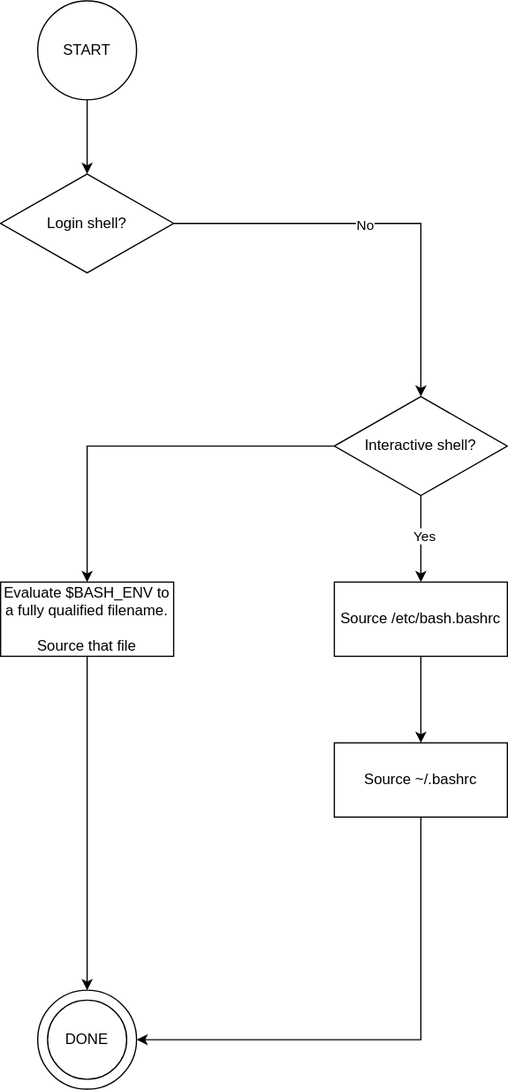
Earlier version of the draw.io export diagram/bash startup file loading.drawio.svg (blitterated/bash_startup_file_loading). Source tidied: cells renumbered, new cells last; positions are measured from the earlier drawing's top-left corner, leaving out a move shared by most shapes.
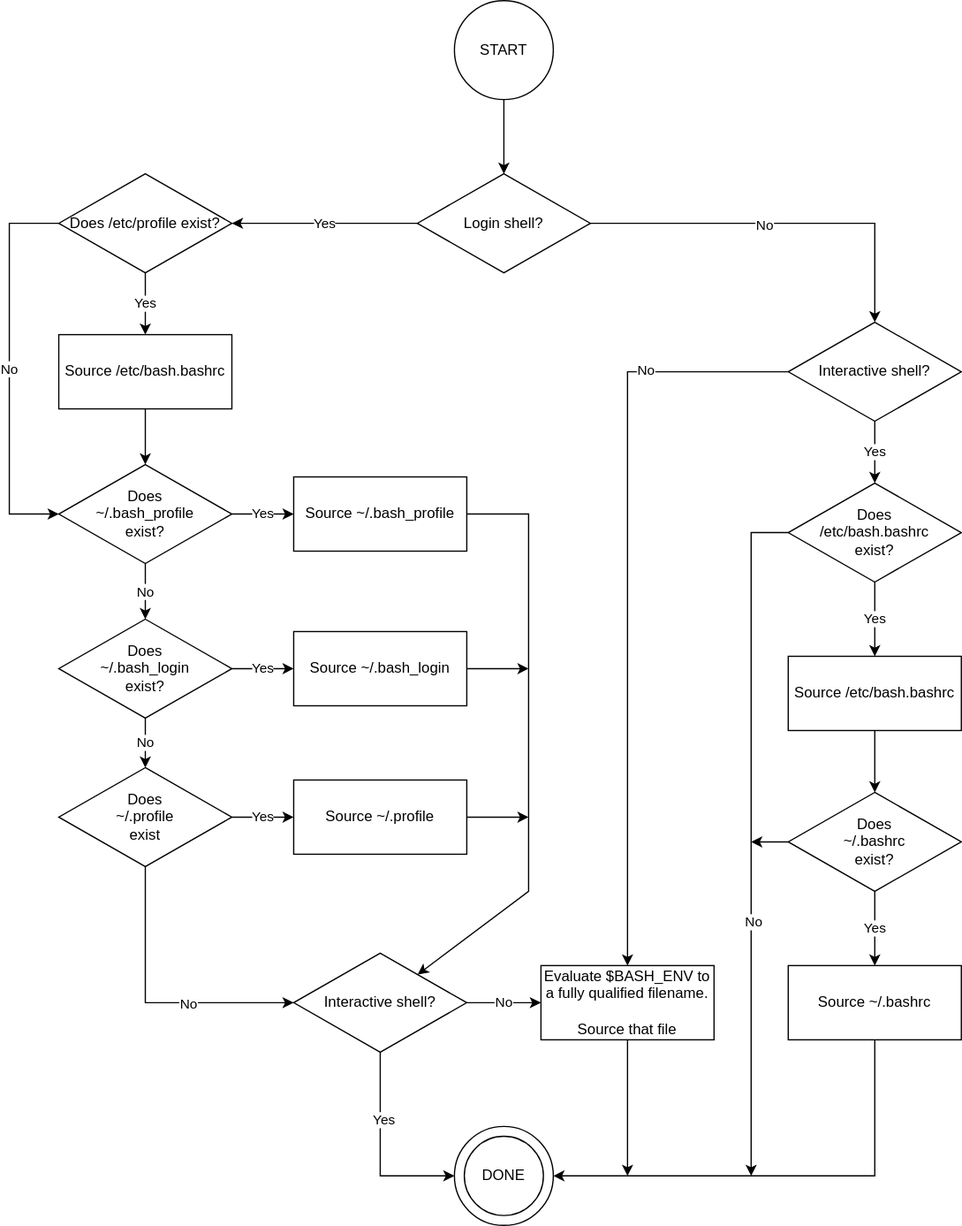
The same diagram one commit later.

Commit message:
Added login shell

Change to the diagram source:
```diff
@@ -3,7 +3,7 @@
     <mxCell id="0" />
     <mxCell id="1" parent="0" />
     <mxCell id="2" value="START" style="ellipse;whiteSpace=wrap;html=1;" parent="1" vertex="1">
-      <mxGeometry x="30" width="80" height="80" as="geometry" />
+      <mxGeometry x="70" y="-25" width="80" height="80" as="geometry" />
     </mxCell>
     <mxCell id="3" style="edgeStyle=orthogonalEdgeStyle;rounded=0;jettySize=auto;html=1;exitX=1;exitY=0.5;exitDx=0;exitDy=0;" parent="1" edge="1" source="5" target="10">
       <mxGeometry relative="1" as="geometry" />
@@ -11,38 +11,41 @@
     <mxCell id="4" value="No" style="edgeLabel;html=1;align=center;verticalAlign=middle;" parent="3" vertex="1">
       <mxGeometry x="-0.09" y="-1" relative="1" as="geometry" />
     </mxCell>
+    <mxCell id="20" value="Yes" style="edgeStyle=orthogonalEdgeStyle;rounded=0;jettySize=auto;html=1;exitX=0;exitY=0.5;exitDx=0;exitDy=0;entryX=1;entryY=0.5;entryDx=0;entryDy=0;" parent="1" edge="1" source="5" target="27">
+      <mxGeometry relative="1" as="geometry" />
+    </mxCell>
     <mxCell id="5" value="Login shell?" style="rhombus;whiteSpace=wrap;html=1;" parent="1" vertex="1">
-      <mxGeometry y="140" width="140" height="80" as="geometry" />
+      <mxGeometry x="40" y="115" width="140" height="80" as="geometry" />
     </mxCell>
     <mxCell id="6" style="endArrow=classic;html=1;rounded=0;exitX=0.5;exitY=1;exitDx=0;exitDy=0;entryX=0.5;entryY=0;entryDx=0;entryDy=0;" parent="1" edge="1" source="2" target="5">
       <mxGeometry relative="1" as="geometry" />
     </mxCell>
-    <mxCell id="7" style="edgeStyle=orthogonalEdgeStyle;rounded=0;jettySize=auto;html=1;exitX=0.5;exitY=1;exitDx=0;exitDy=0;entryX=0.5;entryY=0;entryDx=0;entryDy=0;" parent="1" edge="1" source="10" target="12">
-      <mxGeometry relative="1" as="geometry" />
-    </mxCell>
-    <mxCell id="8" value="Yes" style="edgeLabel;html=1;align=center;verticalAlign=middle;" parent="7" vertex="1">
-      <mxGeometry x="-0.09" y="2" relative="1" as="geometry" />
-    </mxCell>
     <mxCell id="9" style="edgeStyle=orthogonalEdgeStyle;rounded=0;jettySize=auto;html=1;exitX=0;exitY=0.5;exitDx=0;exitDy=0;entryX=0.5;entryY=0;entryDx=0;entryDy=0;" parent="1" edge="1" source="10" target="19">
       <mxGeometry relative="1" as="geometry" />
     </mxCell>
+    <mxCell id="21" value="No" style="edgeLabel;html=1;align=center;verticalAlign=middle;" parent="9" vertex="1">
+      <mxGeometry x="-0.62" y="-2" relative="1" as="geometry" />
+    </mxCell>
+    <mxCell id="22" value="Yes" style="edgeStyle=elbowEdgeStyle;rounded=0;jettySize=auto;html=1;exitX=0.5;exitY=1;exitDx=0;exitDy=0;entryX=0.5;entryY=0;entryDx=0;entryDy=0;elbow=vertical;" parent="1" edge="1" source="10" target="52">
+      <mxGeometry relative="1" as="geometry" />
+    </mxCell>
     <mxCell id="10" value="Interactive shell?" style="rhombus;whiteSpace=wrap;html=1;" parent="1" vertex="1">
-      <mxGeometry x="270" y="320" width="140" height="80" as="geometry" />
+      <mxGeometry x="340" y="235" width="140" height="80" as="geometry" />
     </mxCell>
-    <mxCell id="11" style="edgeStyle=orthogonalEdgeStyle;rounded=0;jettySize=auto;html=1;exitX=0.5;exitY=1;exitDx=0;exitDy=0;" parent="1" edge="1" source="12" target="14">
-      <mxGeometry relative="1" as="geometry" />
-    </mxCell>
+    <mxCell id="23" style="edgeStyle=elbowEdgeStyle;rounded=0;jettySize=auto;html=1;exitX=0.5;exitY=1;exitDx=0;exitDy=0;entryX=0.5;entryY=0;entryDx=0;entryDy=0;" parent="1" edge="1" source="12" target="55">
+      <mxGeometry relative="1" as="geometry" />
+    </mxCell>
     <mxCell id="12" value="Source /etc/bash.bashrc" style="rounded=0;whiteSpace=wrap;html=1;" parent="1" vertex="1">
-      <mxGeometry x="270" y="470" width="140" height="60" as="geometry" />
+      <mxGeometry x="340" y="505" width="140" height="60" as="geometry" />
     </mxCell>
     <mxCell id="13" style="edgeStyle=orthogonalEdgeStyle;rounded=0;jettySize=auto;html=1;exitX=0.5;exitY=1;exitDx=0;exitDy=0;entryX=1;entryY=0.5;entryDx=0;entryDy=0;" parent="1" edge="1" source="14" target="16">
       <mxGeometry relative="1" as="geometry" />
     </mxCell>
     <mxCell id="14" value="Source ~/.bashrc" style="rounded=0;whiteSpace=wrap;html=1;" parent="1" vertex="1">
-      <mxGeometry x="270" y="600" width="140" height="60" as="geometry" />
+      <mxGeometry x="340" y="755" width="140" height="60" as="geometry" />
     </mxCell>
     <mxCell id="15" style="group;" parent="1" vertex="1">
-      <mxGeometry x="30" y="800" width="80" height="80" as="geometry" />
+      <mxGeometry x="70" y="885" width="80" height="80" as="geometry" />
     </mxCell>
     <mxCell id="16" style="ellipse;whiteSpace=wrap;html=1;" parent="15" vertex="1">
       <mxGeometry width="80" height="80" as="geometry" />
@@ -50,11 +53,138 @@
     <mxCell id="17" value="DONE" style="ellipse;whiteSpace=wrap;html=1;" parent="15" vertex="1">
       <mxGeometry x="8" y="8" width="64" height="64" as="geometry" />
     </mxCell>
-    <mxCell id="18" style="edgeStyle=orthogonalEdgeStyle;rounded=0;jettySize=auto;html=1;exitX=0.5;exitY=1;exitDx=0;exitDy=0;entryX=0.5;entryY=0;entryDx=0;entryDy=0;" parent="1" edge="1" source="19" target="16">
-      <mxGeometry relative="1" as="geometry" />
-    </mxCell>
+    <mxCell id="24" style="edgeStyle=elbowEdgeStyle;rounded=0;jettySize=auto;elbow=vertical;html=1;exitX=0.5;exitY=1;exitDx=0;exitDy=0;" parent="1" edge="1" source="19">
+      <mxGeometry relative="1" as="geometry">
+        <mxPoint x="210" y="925" as="targetPoint" />
+      </mxGeometry>
+    </mxCell>
     <mxCell id="19" value="Evaluate $BASH_ENV to a fully qualified filename.&lt;br&gt;&lt;br&gt;Source that file" style="rounded=0;whiteSpace=wrap;html=1;" parent="1" vertex="1">
-      <mxGeometry y="470" width="140" height="60" as="geometry" />
+      <mxGeometry x="140" y="755" width="140" height="60" as="geometry" />
     </mxCell>
+    <mxCell id="25" value="Yes" style="edgeStyle=orthogonalEdgeStyle;rounded=0;jettySize=auto;html=1;exitX=0.5;exitY=1;exitDx=0;exitDy=0;entryX=0.5;entryY=0;entryDx=0;entryDy=0;" parent="1" edge="1" source="27" target="29">
+      <mxGeometry relative="1" as="geometry" />
+    </mxCell>
+    <mxCell id="26" value="No" style="edgeStyle=orthogonalEdgeStyle;rounded=0;jettySize=auto;html=1;exitX=0;exitY=0.5;exitDx=0;exitDy=0;entryX=0;entryY=0.5;entryDx=0;entryDy=0;" parent="1" edge="1" source="27" target="32">
+      <mxGeometry relative="1" as="geometry">
+        <Array as="points">
+          <mxPoint x="-290" y="155" />
+          <mxPoint x="-290" y="390" />
+        </Array>
+      </mxGeometry>
+    </mxCell>
+    <mxCell id="27" value="Does /etc/profile exist?" style="rhombus;whiteSpace=wrap;html=1;" parent="1" vertex="1">
+      <mxGeometry x="-250" y="115" width="140" height="80" as="geometry" />
+    </mxCell>
+    <mxCell id="28" style="edgeStyle=orthogonalEdgeStyle;rounded=0;jettySize=auto;html=1;exitX=0.5;exitY=1;exitDx=0;exitDy=0;" parent="1" edge="1" source="29" target="32">
+      <mxGeometry relative="1" as="geometry" />
+    </mxCell>
+    <mxCell id="29" value="Source /etc/bash.bashrc" style="rounded=0;whiteSpace=wrap;html=1;" parent="1" vertex="1">
+      <mxGeometry x="-250" y="245" width="140" height="60" as="geometry" />
+    </mxCell>
+    <mxCell id="30" value="Yes" style="edgeStyle=orthogonalEdgeStyle;rounded=0;jettySize=auto;html=1;exitX=1;exitY=0.5;exitDx=0;exitDy=0;entryX=0;entryY=0.5;entryDx=0;entryDy=0;" parent="1" edge="1" source="32" target="34">
+      <mxGeometry relative="1" as="geometry" />
+    </mxCell>
+    <mxCell id="31" value="No" style="edgeStyle=none;rounded=0;jettySize=auto;html=1;exitX=0.5;exitY=1;exitDx=0;exitDy=0;entryX=0.5;entryY=0;entryDx=0;entryDy=0;" parent="1" edge="1" source="32" target="37">
+      <mxGeometry relative="1" as="geometry" />
+    </mxCell>
+    <mxCell id="32" value="Does&lt;br&gt;~/.bash_profile&lt;br&gt;exist?" style="rhombus;whiteSpace=wrap;html=1;" parent="1" vertex="1">
+      <mxGeometry x="-250" y="350" width="140" height="80" as="geometry" />
+    </mxCell>
+    <mxCell id="33" style="edgeStyle=none;rounded=0;jettySize=auto;html=1;exitX=1;exitY=0.5;exitDx=0;exitDy=0;" parent="1" edge="1" source="34" target="48">
+      <mxGeometry relative="1" as="geometry">
+        <Array as="points">
+          <mxPoint x="130" y="390" />
+          <mxPoint x="130" y="695" />
+        </Array>
+      </mxGeometry>
+    </mxCell>
+    <mxCell id="34" value="Source ~/.bash_profile" style="rounded=0;whiteSpace=wrap;html=1;" parent="1" vertex="1">
+      <mxGeometry x="-60" y="360" width="140" height="60" as="geometry" />
+    </mxCell>
+    <mxCell id="35" value="No" style="edgeStyle=none;rounded=0;jettySize=auto;html=1;exitX=0.5;exitY=1;exitDx=0;exitDy=0;entryX=0.5;entryY=0;entryDx=0;entryDy=0;" parent="1" edge="1" source="37" target="41">
+      <mxGeometry relative="1" as="geometry" />
+    </mxCell>
+    <mxCell id="36" value="Yes" style="edgeStyle=elbowEdgeStyle;rounded=0;jettySize=auto;html=1;exitX=1;exitY=0.5;exitDx=0;exitDy=0;entryX=0;entryY=0.5;entryDx=0;entryDy=0;" parent="1" edge="1" source="37" target="43">
+      <mxGeometry relative="1" as="geometry" />
+    </mxCell>
+    <mxCell id="37" value="Does&lt;br&gt;~/.bash_login&lt;br&gt;exist?" style="rhombus;whiteSpace=wrap;html=1;" parent="1" vertex="1">
+      <mxGeometry x="-250" y="475" width="140" height="80" as="geometry" />
+    </mxCell>
+    <mxCell id="38" value="Yes" style="edgeStyle=elbowEdgeStyle;rounded=0;jettySize=auto;html=1;exitX=1;exitY=0.5;exitDx=0;exitDy=0;entryX=0;entryY=0.5;entryDx=0;entryDy=0;" parent="1" edge="1" source="41" target="45">
+      <mxGeometry relative="1" as="geometry" />
+    </mxCell>
+    <mxCell id="39" style="edgeStyle=elbowEdgeStyle;rounded=0;jettySize=auto;html=1;exitX=0.5;exitY=1;exitDx=0;exitDy=0;entryX=0;entryY=0.5;entryDx=0;entryDy=0;" parent="1" edge="1" source="41" target="48">
+      <mxGeometry relative="1" as="geometry">
+        <Array as="points">
+          <mxPoint x="-180" y="735" />
+        </Array>
+      </mxGeometry>
+    </mxCell>
+    <mxCell id="40" value="No" style="edgeLabel;html=1;align=center;verticalAlign=middle;" parent="39" vertex="1">
+      <mxGeometry x="0.25" relative="1" as="geometry" />
+    </mxCell>
+    <mxCell id="41" value="Does&lt;br&gt;~/.profile&lt;br&gt;exist" style="rhombus;whiteSpace=wrap;html=1;" parent="1" vertex="1">
+      <mxGeometry x="-250" y="595" width="140" height="80" as="geometry" />
+    </mxCell>
+    <mxCell id="42" style="edgeStyle=none;rounded=0;jettySize=auto;html=1;exitX=1;exitY=0.5;exitDx=0;exitDy=0;" parent="1" edge="1" source="43">
+      <mxGeometry relative="1" as="geometry">
+        <mxPoint x="130" y="515" as="targetPoint" />
+      </mxGeometry>
+    </mxCell>
+    <mxCell id="43" value="Source ~/.bash_login" style="rounded=0;whiteSpace=wrap;html=1;" parent="1" vertex="1">
+      <mxGeometry x="-60" y="485" width="140" height="60" as="geometry" />
+    </mxCell>
+    <mxCell id="44" style="edgeStyle=none;rounded=0;jettySize=auto;html=1;exitX=1;exitY=0.5;exitDx=0;exitDy=0;" parent="1" edge="1" source="45">
+      <mxGeometry relative="1" as="geometry">
+        <mxPoint x="130" y="635" as="targetPoint" />
+      </mxGeometry>
+    </mxCell>
+    <mxCell id="45" value="Source ~/.profile" style="rounded=0;whiteSpace=wrap;html=1;" parent="1" vertex="1">
+      <mxGeometry x="-60" y="605" width="140" height="60" as="geometry" />
+    </mxCell>
+    <mxCell id="46" style="edgeStyle=elbowEdgeStyle;rounded=0;jettySize=auto;html=1;exitX=0.5;exitY=1;exitDx=0;exitDy=0;entryX=0;entryY=0.5;entryDx=0;entryDy=0;" parent="1" edge="1" source="48" target="16">
+      <mxGeometry relative="1" as="geometry">
+        <Array as="points">
+          <mxPoint x="10" y="875" />
+        </Array>
+      </mxGeometry>
+    </mxCell>
+    <mxCell id="8" value="Yes" style="edgeLabel;html=1;align=center;verticalAlign=middle;" parent="46" vertex="1">
+      <mxGeometry x="-0.33" y="2" relative="1" as="geometry" />
+    </mxCell>
+    <mxCell id="47" value="No" style="edgeStyle=elbowEdgeStyle;rounded=0;jettySize=auto;html=1;exitX=1;exitY=0.5;exitDx=0;exitDy=0;entryX=0;entryY=0.5;entryDx=0;entryDy=0;elbow=vertical;" parent="1" edge="1" source="48" target="19">
+      <mxGeometry relative="1" as="geometry" />
+    </mxCell>
+    <mxCell id="48" value="Interactive shell?" style="rhombus;whiteSpace=wrap;html=1;" parent="1" vertex="1">
+      <mxGeometry x="-60" y="745" width="140" height="80" as="geometry" />
+    </mxCell>
+    <mxCell id="49" value="Yes" style="edgeStyle=elbowEdgeStyle;rounded=0;jettySize=auto;html=1;exitX=0.5;exitY=1;exitDx=0;exitDy=0;entryX=0.5;entryY=0;entryDx=0;entryDy=0;" parent="1" edge="1" source="52" target="12">
+      <mxGeometry relative="1" as="geometry" />
+    </mxCell>
+    <mxCell id="50" style="edgeStyle=elbowEdgeStyle;rounded=0;jettySize=auto;elbow=vertical;html=1;exitX=0;exitY=0.5;exitDx=0;exitDy=0;" parent="1" edge="1" source="52">
+      <mxGeometry relative="1" as="geometry">
+        <mxPoint x="310" y="925" as="targetPoint" />
+        <Array as="points">
+          <mxPoint x="320" y="405" />
+        </Array>
+      </mxGeometry>
+    </mxCell>
+    <mxCell id="51" value="No" style="edgeLabel;html=1;align=center;verticalAlign=middle;" parent="50" vertex="1">
+      <mxGeometry x="0.25" y="1" relative="1" as="geometry" />
+    </mxCell>
+    <mxCell id="52" value="Does&lt;br&gt;/etc/bash.bashrc&lt;br&gt;exist?" style="rhombus;whiteSpace=wrap;html=1;" parent="1" vertex="1">
+      <mxGeometry x="340" y="365" width="140" height="80" as="geometry" />
+    </mxCell>
+    <mxCell id="53" value="Yes" style="edgeStyle=elbowEdgeStyle;rounded=0;jettySize=auto;html=1;exitX=0.5;exitY=1;exitDx=0;exitDy=0;" parent="1" edge="1" source="55" target="14">
+      <mxGeometry relative="1" as="geometry" />
+    </mxCell>
+    <mxCell id="54" style="edgeStyle=elbowEdgeStyle;rounded=0;jettySize=auto;elbow=vertical;html=1;exitX=0;exitY=0.5;exitDx=0;exitDy=0;" parent="1" edge="1" source="55">
+      <mxGeometry relative="1" as="geometry">
+        <mxPoint x="310" y="655" as="targetPoint" />
+      </mxGeometry>
+    </mxCell>
+    <mxCell id="55" value="Does&lt;br&gt;~/.bashrc&lt;br&gt;exist?" style="rhombus;whiteSpace=wrap;html=1;" parent="1" vertex="1">
+      <mxGeometry x="340" y="615" width="140" height="80" as="geometry" />
+    </mxCell>
   </root>
 </mxGraphModel>
```
